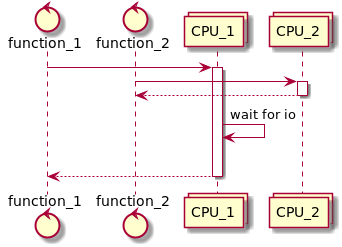
This is images/process_par_multy.png from andgineer/sorokin.engineer, a PlantUML export, as it was before one commit.
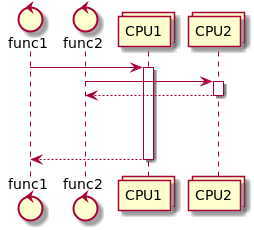
Above is the later version.

Change to the diagram source:
```diff
@@ -1,17 +1,17 @@
 @startuml
-control function_1
-control function_2
-collections CPU_1
-collections CPU_2
+control func1
+control func2
+collections CPU1
+collections CPU2
 
-function_1 -> CPU_1
-activate CPU_1
-function_2 -> CPU_2
-activate CPU_2
-CPU_2 --> function_2
-deactivate CPU_2
-CPU_1 -> CPU_1: wait for io
+func1 -> CPU1
+activate CPU1
+func2 -> CPU2
+activate CPU2
+CPU2 --> func2
+deactivate CPU2
 |||
-CPU_1 --> function_1
-deactivate CPU_1
+|||
+CPU1 --> func1
+deactivate CPU1
 @enduml
```
